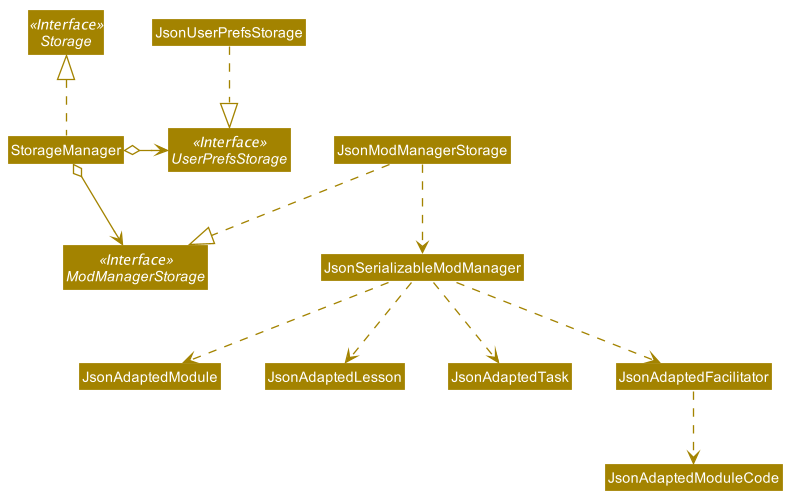
This is docs/images/StorageClassDiagram.png from zixinn/main, a PlantUML export, as it was before one commit.
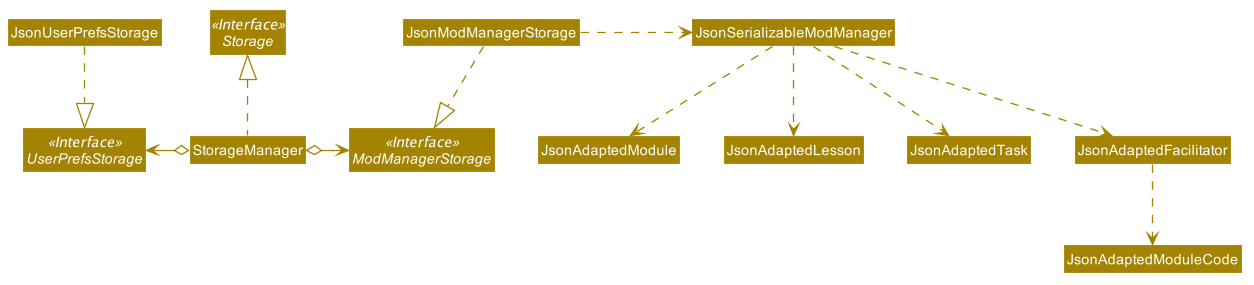
Later version of the same file.

The edit, as a diff of the source:
```diff
@@ -63,12 +63,12 @@
 Class JsonModManagerStorage
 
 StorageManager .up.|> Storage
-StorageManager o-right-> UserPrefsStorage
-StorageManager o--> ModManagerStorage
+StorageManager o-left-> UserPrefsStorage
+StorageManager o-right-> ModManagerStorage
 
 JsonUserPrefsStorage ..|> UserPrefsStorage
 JsonModManagerStorage ..|> ModManagerStorage
-JsonModManagerStorage .down.> JsonSerializableModManager
+JsonModManagerStorage .right.> JsonSerializableModManager
 JsonSerializableModManager ..> JsonAdaptedModule
 JsonSerializableModManager ..> JsonAdaptedLesson
 JsonSerializableModManager ..> JsonAdaptedTask
```
